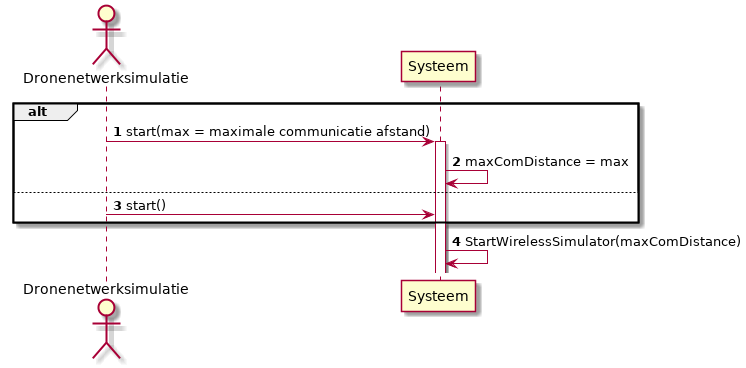
The PlantUML diagram Docs/DesignDocumenten/UML/out/usecase/sequence/Simulerendraadlozecommunicatie/Simulerendraadlozecommunicatie.png in mauriceberentsen/Automated-Drone-Distribution-Network, before a commit. The source it was exported from:
```plantuml
@startuml

autonumber
actor "Dronenetwerksimulatie" as AT
participant "Systeem" as sys

alt
AT -> sys + : start(max = maximale communicatie afstand)
sys -> sys : maxComDistance = max
else
AT -> sys : start()
end
sys -> sys : StartWirelessSimulator(maxComDistance)

@enduml
```
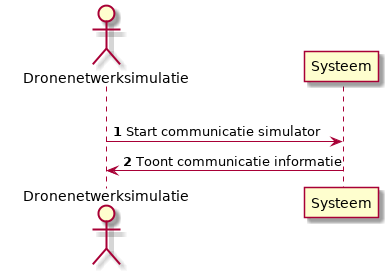
Above is the later version.

Diff of the diagram source:
```diff
@@ -5,11 +5,7 @@
 participant "Systeem" as sys
 
 alt
-AT -> sys + : start(max = maximale communicatie afstand)
-sys -> sys : maxComDistance = max
-else
-AT -> sys : start()
-end
-sys -> sys : StartWirelessSimulator(maxComDistance)
+AT -> sys : Start communicatie simulator
+AT <- sys : Toont communicatie informatie
 
 @enduml
```
